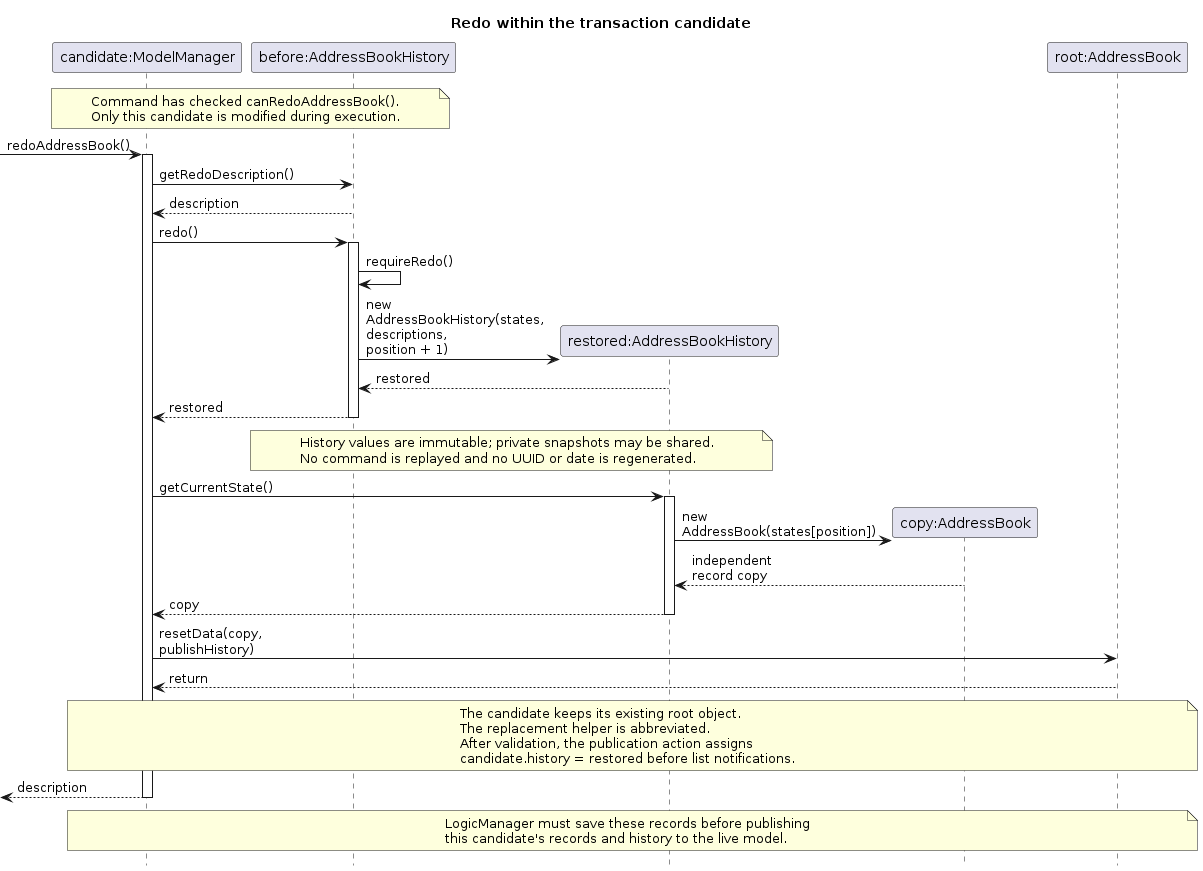
This is diagrams/RedoSequenceDiagram-Model.png from AY2627S1-CS2103T-F15-2/tp, a PlantUML export, as it was before one commit. Its source is kept beside it as diagrams/RedoSequenceDiagram-Model.puml.
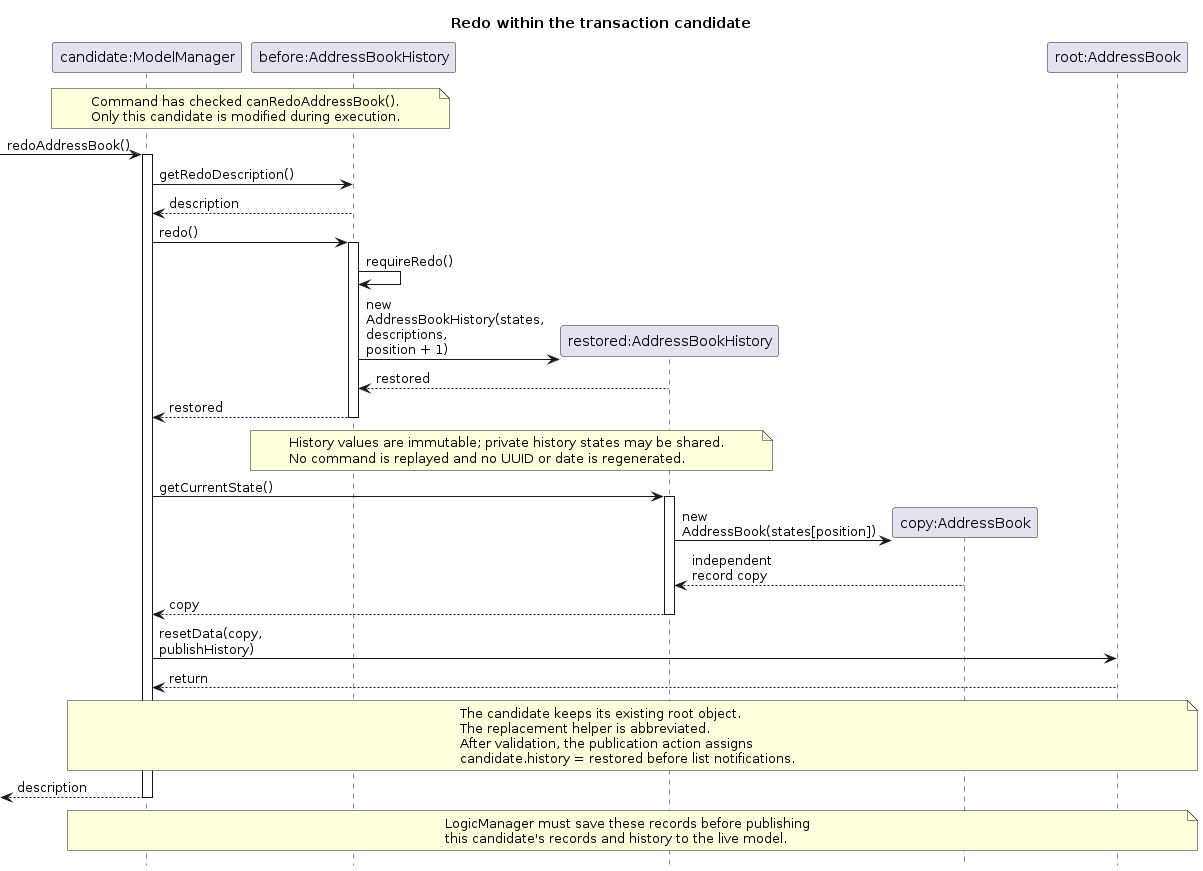
The same file after the commit.

The edit, as a diff of the source:
```diff
@@ -33,7 +33,7 @@
 before --> candidate : restored
 deactivate before
 note over before, restored
-  History values are immutable; private snapshots may be shared.
+  History values are immutable; private history states may be shared.
   No command is replayed and no UUID or date is regenerated.
 end note
 candidate -> restored : getCurrentState()
```
